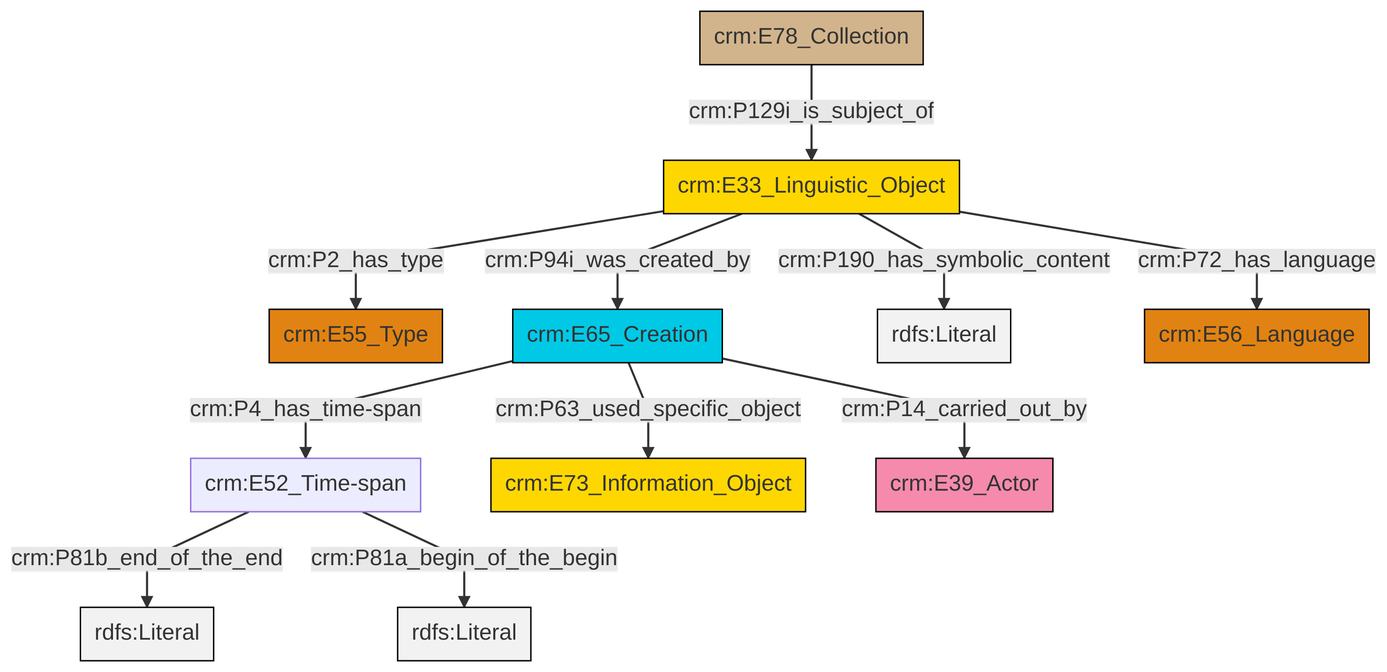
The Mermaid diagram et/archivalCSV/ttl/mmd/png/archival_desc.png in swiss-art-research-net/docs.swissartresearch, before a commit. Its source is kept beside it as et/archivalCSV/ttl/mmd/archival_desc.ttl.mmd. The source it was exported from:
```mermaid
graph TD
classDef Literal fill:#f2f2f2,stroke:#000000;
classDef CRM_Entity fill:#FFFFFF,stroke:#000000;
classDef Temporal_Entity fill:#00C9E6, stroke:#000000;
classDef Type fill:#E18312, stroke:#000000;
classDef Time-Span fill:#2C9C91, stroke:#000000;
classDef Appellation fill:#FFEB7F, stroke:#000000;
classDef Place fill:#008836, stroke:#000000;
classDef Persistent_Item fill:#B266B2, stroke:#000000;
classDef Conceptual_Object fill:#FFD700, stroke:#000000;
classDef Physical_Thing fill:#D2B48C, stroke:#000000;
classDef Actor fill:#f58aad, stroke:#000000;
classDef PC_Classes fill:#4ce600, stroke:#000000;
classDef Multi fill:#cccccc,stroke:#000000;

0["crm:E33_Linguistic_Object"]:::Conceptual_Object -->|crm:P2_has_type| 1["crm:E55_Type"]:::Type
5["crm:E65_Creation"]:::Temporal_Entity -->|crm:P63_used_specific_object| 6["crm:E73_Information_Object"]:::Conceptual_Object
0["crm:E33_Linguistic_Object"]:::Conceptual_Object -->|crm:P190_has_symbolic_content| 7[rdfs:Literal]:::Literal
5["crm:E65_Creation"]:::Temporal_Entity -->|crm:P4_has_time-span| 2["crm:E52_Time-span"]:::Default
2["crm:E52_Time-span"]:::Default -->|crm:P81b_end_of_the_end| 10[rdfs:Literal]:::Literal
0["crm:E33_Linguistic_Object"]:::Conceptual_Object -->|crm:P72_has_language| 11["crm:E56_Language"]:::Type
8["crm:E78_Collection"]:::Physical_Thing -->|crm:P129i_is_subject_of| 0["crm:E33_Linguistic_Object"]:::Conceptual_Object
5["crm:E65_Creation"]:::Temporal_Entity -->|crm:P14_carried_out_by| 15["crm:E39_Actor"]:::Actor
2["crm:E52_Time-span"]:::Default -->|crm:P81a_begin_of_the_begin| 16[rdfs:Literal]:::Literal
0["crm:E33_Linguistic_Object"]:::Conceptual_Object -->|crm:P94i_was_created_by| 5["crm:E65_Creation"]:::Temporal_Entity
```
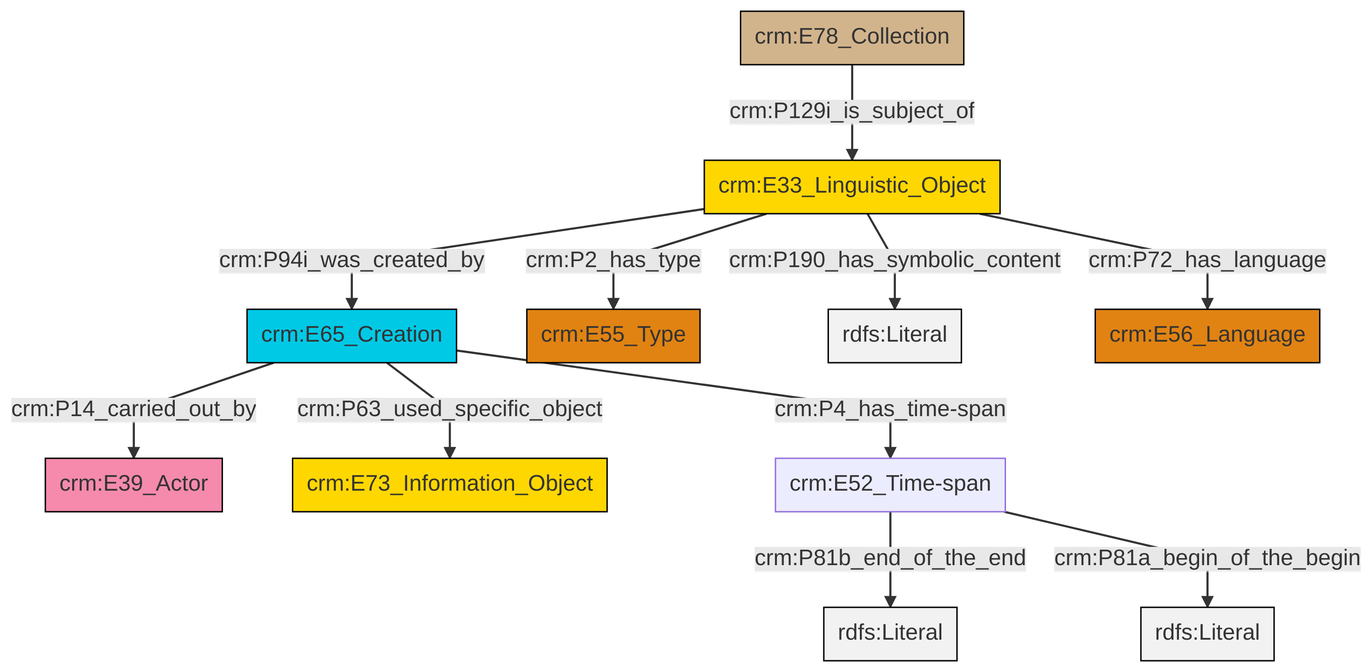
The same file after the commit.

The edit, as a diff of the source:
```diff
@@ -13,13 +13,13 @@
 classDef PC_Classes fill:#4ce600, stroke:#000000;
 classDef Multi fill:#cccccc,stroke:#000000;
 
-0["crm:E33_Linguistic_Object"]:::Conceptual_Object -->|crm:P2_has_type| 1["crm:E55_Type"]:::Type
-5["crm:E65_Creation"]:::Temporal_Entity -->|crm:P63_used_specific_object| 6["crm:E73_Information_Object"]:::Conceptual_Object
-0["crm:E33_Linguistic_Object"]:::Conceptual_Object -->|crm:P190_has_symbolic_content| 7[rdfs:Literal]:::Literal
-5["crm:E65_Creation"]:::Temporal_Entity -->|crm:P4_has_time-span| 2["crm:E52_Time-span"]:::Default
-2["crm:E52_Time-span"]:::Default -->|crm:P81b_end_of_the_end| 10[rdfs:Literal]:::Literal
-0["crm:E33_Linguistic_Object"]:::Conceptual_Object -->|crm:P72_has_language| 11["crm:E56_Language"]:::Type
-8["crm:E78_Collection"]:::Physical_Thing -->|crm:P129i_is_subject_of| 0["crm:E33_Linguistic_Object"]:::Conceptual_Object
-5["crm:E65_Creation"]:::Temporal_Entity -->|crm:P14_carried_out_by| 15["crm:E39_Actor"]:::Actor
-2["crm:E52_Time-span"]:::Default -->|crm:P81a_begin_of_the_begin| 16[rdfs:Literal]:::Literal
-0["crm:E33_Linguistic_Object"]:::Conceptual_Object -->|crm:P94i_was_created_by| 5["crm:E65_Creation"]:::Temporal_Entity
+2["crm:E65_Creation"]:::Temporal_Entity -->|crm:P63_used_specific_object| 4["crm:E73_Information_Object"]:::Conceptual_Object
+10["crm:E78_Collection"]:::Physical_Thing -->|crm:P129i_is_subject_of| 11["crm:E33_Linguistic_Object"]:::Conceptual_Object
+11["crm:E33_Linguistic_Object"]:::Conceptual_Object -->|crm:P190_has_symbolic_content| 13[rdfs:Literal]:::Literal
+11["crm:E33_Linguistic_Object"]:::Conceptual_Object -->|crm:P72_has_language| 14["crm:E56_Language"]:::Type
+2["crm:E65_Creation"]:::Temporal_Entity -->|crm:P14_carried_out_by| 0["crm:E39_Actor"]:::Actor
+11["crm:E33_Linguistic_Object"]:::Conceptual_Object -->|crm:P2_has_type| 7["crm:E55_Type"]:::Type
+11["crm:E33_Linguistic_Object"]:::Conceptual_Object -->|crm:P94i_was_created_by| 2["crm:E65_Creation"]:::Temporal_Entity
+2["crm:E65_Creation"]:::Temporal_Entity -->|crm:P4_has_time-span| 5["crm:E52_Time-span"]:::Default
+5["crm:E52_Time-span"]:::Default -->|crm:P81b_end_of_the_end| 17[rdfs:Literal]:::Literal
+5["crm:E52_Time-span"]:::Default -->|crm:P81a_begin_of_the_begin| 18[rdfs:Literal]:::Literal
```
